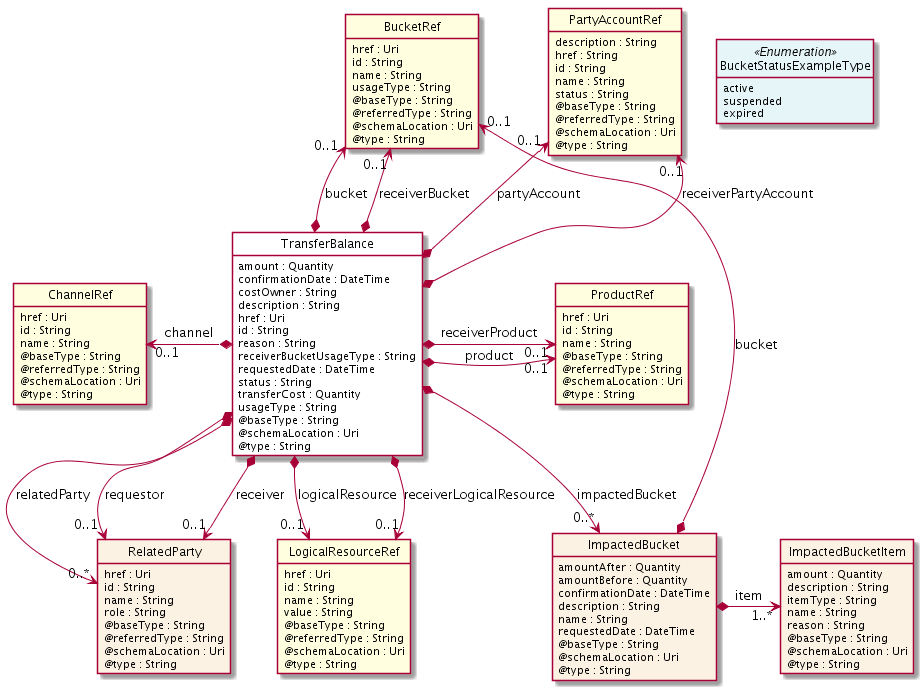
Earlier version of the PlantUML export apis/TMF654_PrepayBalance/documentation/diagrams/Resource_TransferBalance.png (tmforum-apis/Open_Api_And_Data_Model).
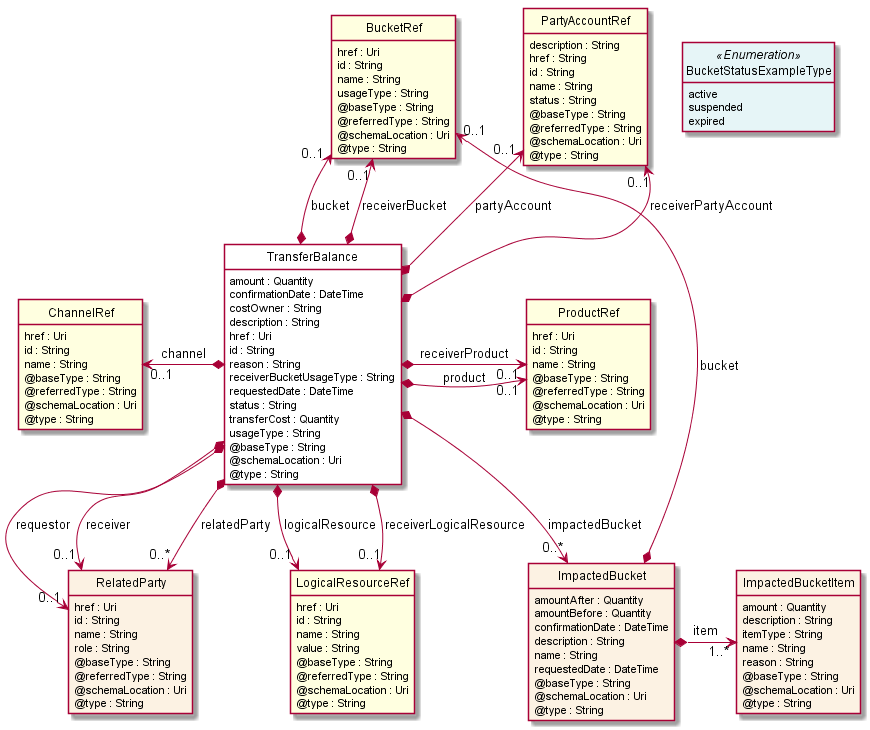
After the commit.

Change to the diagram source:
```diff
@@ -148,12 +148,12 @@
 
 LogicalResourceRef -right[hidden]-> ImpactedBucket
 
-TransferBalance *-->  "0..1" RelatedParty : requestor
-
 TransferBalance *-->  "0..1" RelatedParty : receiver
 
 TransferBalance *-->  "0..*" RelatedParty : relatedParty
 
+TransferBalance *-->  "0..1" RelatedParty : requestor
+
 RelatedParty -right[hidden]-> LogicalResourceRef
 
 @enduml
```
